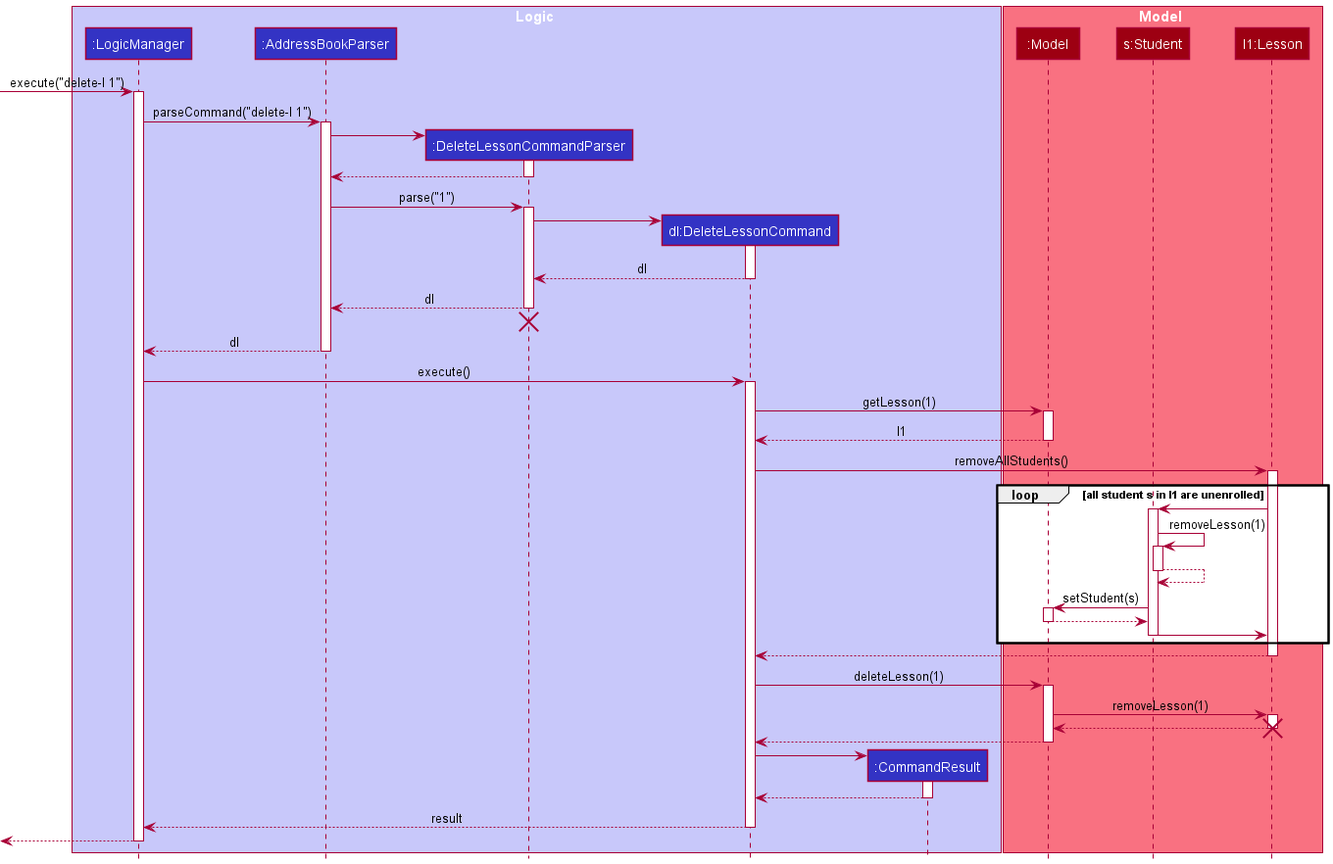
The PlantUML diagram docs/images/DeleteLessonSequenceDiagram.png in nus-cs2103-AY2122S1/tp, before a commit.
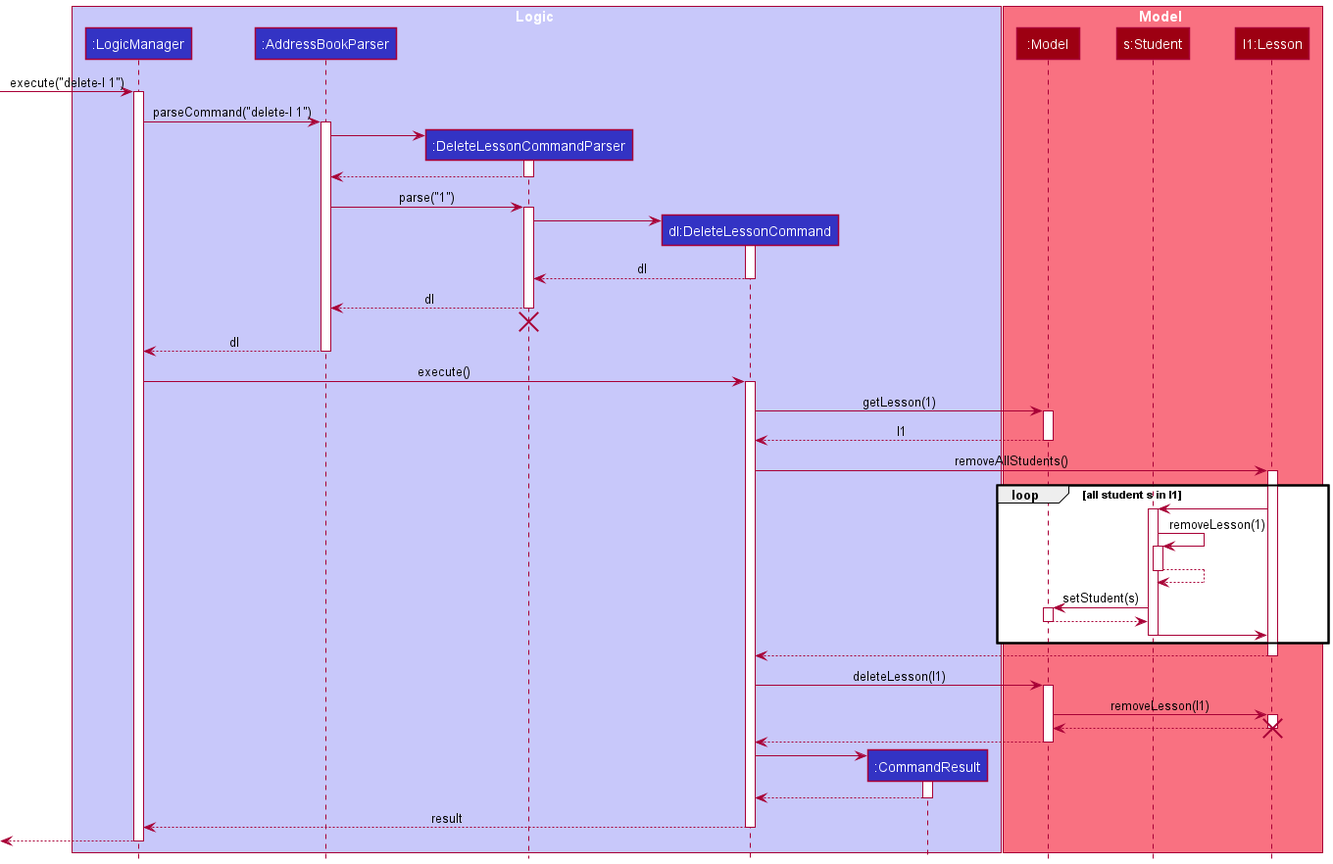
Later version of the same file.

Commit message:
Renamed lesson in sequence diagram

Change to the diagram source:
```diff
@@ -58,7 +58,7 @@
 DeleteLessonCommand -> Lesson : removeAllStudents()
 activate Lesson
 
-loop all student s in l1 are unenrolled
+loop all student s in l1
     Lesson -> Student
     activate Student
 
@@ -81,10 +81,10 @@
 Lesson --> DeleteLessonCommand
 deactivate Lesson
 
-DeleteLessonCommand -> Model : deleteLesson(1)
+DeleteLessonCommand -> Model : deleteLesson(l1)
 activate Model
 
-Model -> Lesson : removeLesson(1)
+Model -> Lesson : removeLesson(l1)
 activate Lesson
 
 Lesson --> Model
```
